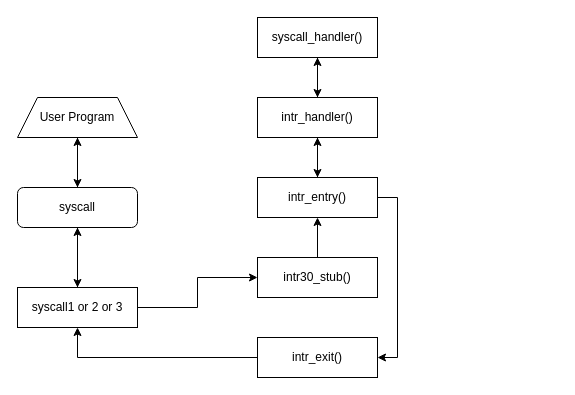
Earlier version of the draw.io diagram diagrams/syscall.drawio (rntlqvnf/csed312-pintos-reports). Source tidied: cells renumbered, new cells numbered last; positions are measured from the earlier drawing's top-left corner, leaving out a move shared by most shapes. Both pictures are drawn from the tidied source at 100%, with x=0, y=0 at pixel (17, 17).
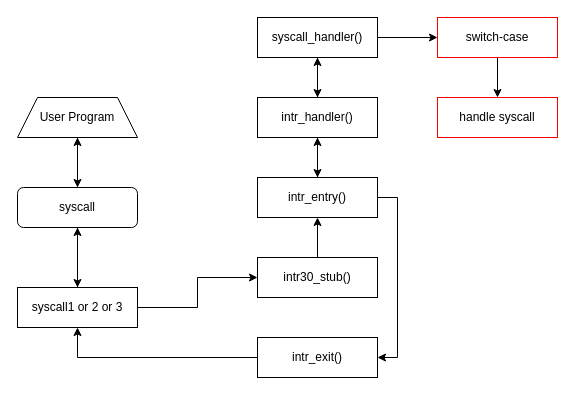
The same page after the edit.

Unchanged cells that the change refers to:
```xml
<mxCell id="19" value="syscall_handler()" style="rounded=0;whiteSpace=wrap;html=1;" parent="1" vertex="1">
  <mxGeometry x="240" width="120" height="40" as="geometry" />
</mxCell>
```

Diff of the diagram source:
```diff
@@
+    <mxCell id="22" style="edgeStyle=orthogonalEdgeStyle;rounded=0;jettySize=auto;html=1;entryX=0;entryY=0.5;entryDx=0;entryDy=0;" parent="1" edge="1" source="19" target="24">
+      <mxGeometry relative="1" as="geometry" />
+    </mxCell>
@@
+    <mxCell id="23" style="edgeStyle=orthogonalEdgeStyle;rounded=0;jettySize=auto;html=1;entryX=0.5;entryY=0;entryDx=0;entryDy=0;" parent="1" edge="1" source="24" target="25">
+      <mxGeometry relative="1" as="geometry" />
+    </mxCell>
+    <mxCell id="24" value="switch-case" style="rounded=0;whiteSpace=wrap;html=1;strokeColor=#FF0000;" parent="1" vertex="1">
+      <mxGeometry x="420" width="120" height="40" as="geometry" />
+    </mxCell>
+    <mxCell id="25" value="handle syscall" style="rounded=0;whiteSpace=wrap;html=1;strokeColor=#FF0000;" parent="1" vertex="1">
+      <mxGeometry x="420" y="80" width="120" height="40" as="geometry" />
+    </mxCell>
```
